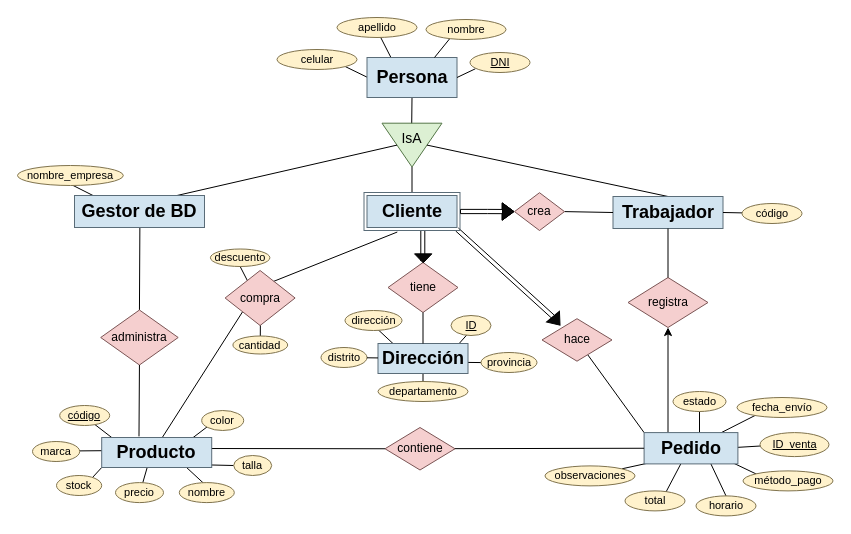
Before: Diagrama sin título.drawio in flaqq0/yoc, a draw.io diagram. Source tidied: cells renumbered, new cells numbered last; positions are measured from the earlier drawing's top-left corner, leaving out a move shared by most shapes. Both pictures are drawn from the tidied source at 100%, with x=0, y=0 at pixel (17, 17).
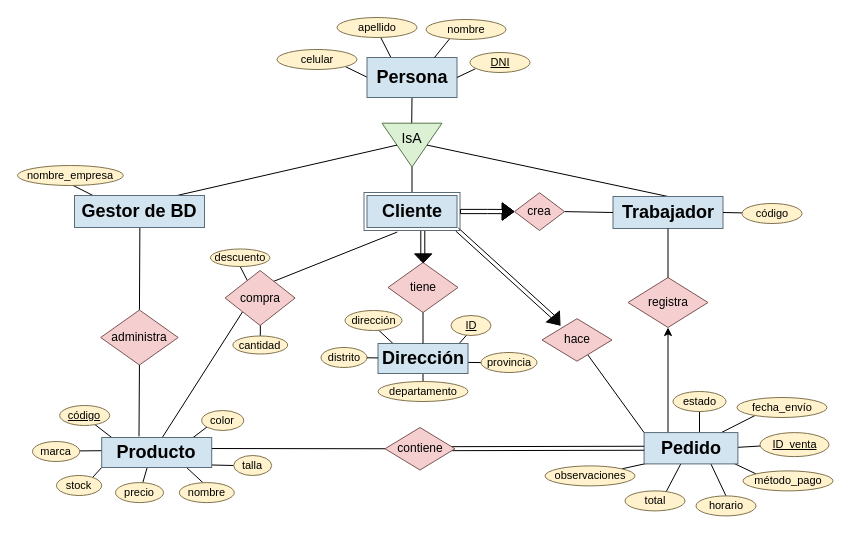
After the change.

The change refers to these unchanged cells:
```xml
<mxCell id="58" value="&lt;span style=&quot;font-size: 18px;&quot;&gt;&lt;b&gt;Pedido&lt;/b&gt;&lt;/span&gt;" style="rounded=0;whiteSpace=wrap;html=1;fillColor=#d2e4f0;strokeColor=#5a6c78;shadow=0;" parent="57" vertex="1">
  <mxGeometry x="3.1" y="2.3" width="93.8" height="31.3" as="geometry" />
</mxCell>
<mxCell id="71" value="&lt;font style=&quot;font-size: 12px;&quot;&gt;contiene&lt;/font&gt;" style="rhombus;whiteSpace=wrap;html=1;fillColor=#F5CFCF;strokeColor=#7B5555;" parent="1" vertex="1">
  <mxGeometry x="367.5" y="410" width="70" height="42.5" as="geometry" />
</mxCell>
```

Diff of the diagram source:
```diff
@@
-    <mxCell id="70" style="endArrow=none;html=1;rounded=0;entryX=0;entryY=0.5;entryDx=0;entryDy=0;exitX=0.935;exitY=0.498;exitDx=0;exitDy=0;exitPerimeter=0;" parent="1" edge="1" source="71" target="58">
+    <mxCell id="70" style="endArrow=none;html=1;rounded=0;entryX=0;entryY=0.5;entryDx=0;entryDy=0;exitX=0.935;exitY=0.498;exitDx=0;exitDy=0;exitPerimeter=0;shape=link;" parent="1" edge="1" source="71" target="58">
       <mxGeometry relative="1" as="geometry" />
     </mxCell>
```
